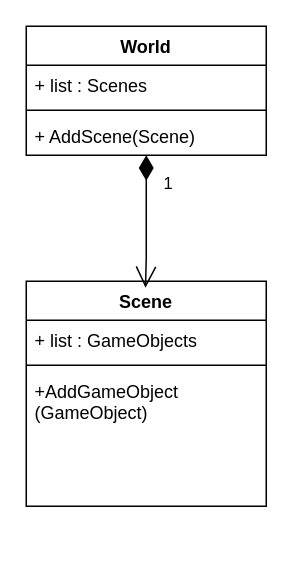
DantezMine/Bouncy-Balls keeps this draw.io diagram as BouncyBalls.drawio. Above is the earlier version. Source tidied: cells renumbered, new cells numbered last; positions are measured from the earlier drawing's top-left corner, leaving out a move shared by most shapes. Both pictures are drawn from the tidied source at 150%, with x=0, y=0 at pixel (26, 26).
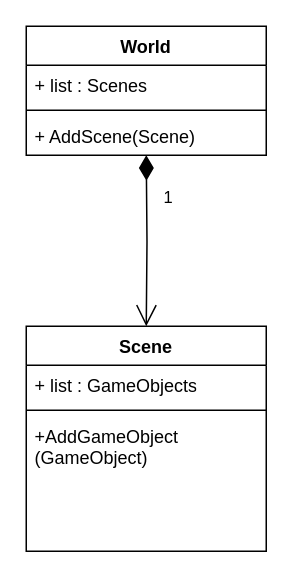
The same diagram, later.

Change to the diagram source:
```diff
@@
 <mxGraphModel>
   <root>
     <mxCell id="0" />
     <mxCell id="1" parent="0" />
     <mxCell id="2" value="Scene" style="swimlane;fontStyle=1;align=center;verticalAlign=top;horizontal=1;startSize=26;whiteSpace=wrap;html=1;" parent="1" vertex="1">
-      <mxGeometry y="170" width="160" height="150" as="geometry" />
+      <mxGeometry y="200" width="160" height="150" as="geometry" />
     </mxCell>
     <mxCell id="3" value="+ list : GameObjects" style="text;strokeColor=none;fillColor=none;align=left;verticalAlign=top;spacingLeft=4;spacingRight=4;overflow=hidden;whiteSpace=wrap;html=1;" parent="2" vertex="1">
       <mxGeometry y="26" width="160" height="26" as="geometry" />
     </mxCell>
     <mxCell id="4" style="line;strokeWidth=1;fillColor=none;align=left;verticalAlign=middle;spacingTop=-1;spacingLeft=3;spacingRight=3;labelPosition=right;strokeColor=inherit;" parent="2" vertex="1">
       <mxGeometry y="52" width="160" height="8" as="geometry" />
     </mxCell>
     <mxCell id="5" value="+AddGameObject (GameObject)" style="text;strokeColor=none;fillColor=none;align=left;verticalAlign=top;spacingLeft=4;spacingRight=4;overflow=hidden;whiteSpace=wrap;html=1;" parent="2" vertex="1">
       <mxGeometry y="60" width="160" height="90" as="geometry" />
     </mxCell>
     <mxCell id="6" value="World" style="swimlane;fontStyle=1;align=center;verticalAlign=top;horizontal=1;startSize=26;whiteSpace=wrap;html=1;" parent="1" vertex="1">
       <mxGeometry width="160" height="86" as="geometry" />
     </mxCell>
     <mxCell id="7" value="+ list : Scenes" style="text;strokeColor=none;fillColor=none;align=left;verticalAlign=top;spacingLeft=4;spacingRight=4;overflow=hidden;whiteSpace=wrap;html=1;" parent="6" vertex="1">
       <mxGeometry y="26" width="160" height="26" as="geometry" />
     </mxCell>
     <mxCell id="8" style="line;strokeWidth=1;fillColor=none;align=left;verticalAlign=middle;spacingTop=-1;spacingLeft=3;spacingRight=3;labelPosition=right;strokeColor=inherit;" parent="6" vertex="1">
       <mxGeometry y="52" width="160" height="8" as="geometry" />
     </mxCell>
     <mxCell id="9" value="+ AddScene(Scene)" style="text;strokeColor=none;fillColor=none;align=left;verticalAlign=top;spacingLeft=4;spacingRight=4;overflow=hidden;whiteSpace=wrap;html=1;" parent="6" vertex="1">
       <mxGeometry y="60" width="160" height="26" as="geometry" />
     </mxCell>
-    <mxCell id="10" value="1" style="endArrow=open;html=1;endSize=12;startArrow=diamondThin;startSize=14;startFill=1;edgeStyle=orthogonalEdgeStyle;align=left;verticalAlign=bottom;rounded=0;exitX=0.503;exitY=0.832;exitDx=0;exitDy=0;exitPerimeter=0;entryX=0.5;entryY=0;entryDx=0;entryDy=0;" parent="1" edge="1">
+    <mxCell id="10" value="1" style="endArrow=open;html=1;endSize=12;startArrow=diamondThin;startSize=14;startFill=1;edgeStyle=orthogonalEdgeStyle;align=left;verticalAlign=bottom;rounded=0;" parent="1" edge="1" target="2">
       <mxGeometry x="-0.36" y="10" relative="1" as="geometry">
         <mxPoint x="80" y="86" as="sourcePoint" />
-        <mxPoint x="79.5" y="174.4" as="targetPoint" />
-        <Array as="points">
-          <mxPoint x="80.5" y="154.4" />
-        </Array>
       </mxGeometry>
     </mxCell>
   </root>
 </mxGraphModel>
```
